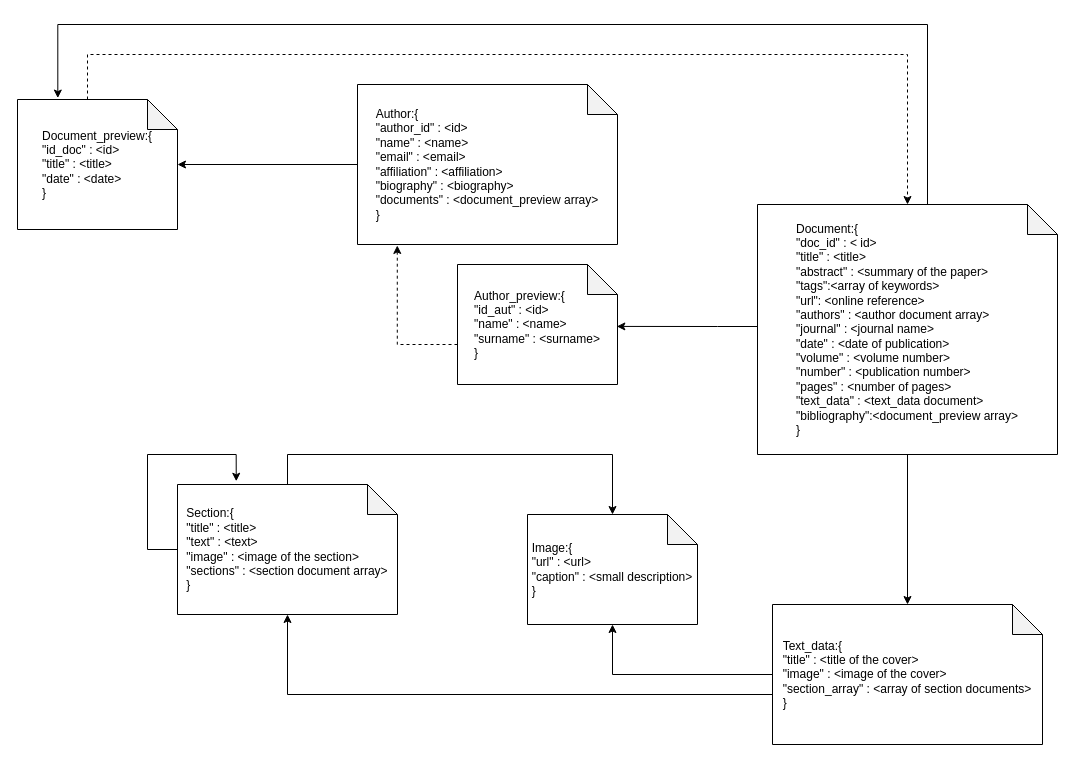
Before: MongoDB/Schematic/Schematic.drawio in MarcoLucaPrevitera/BigData-Project, a draw.io diagram. Source tidied: cells renumbered, new cells numbered last; positions are measured from the earlier drawing's top-left corner, leaving out a move shared by most shapes. Both pictures are drawn from the tidied source at 100%, with x=0, y=0 at pixel (17, 24).
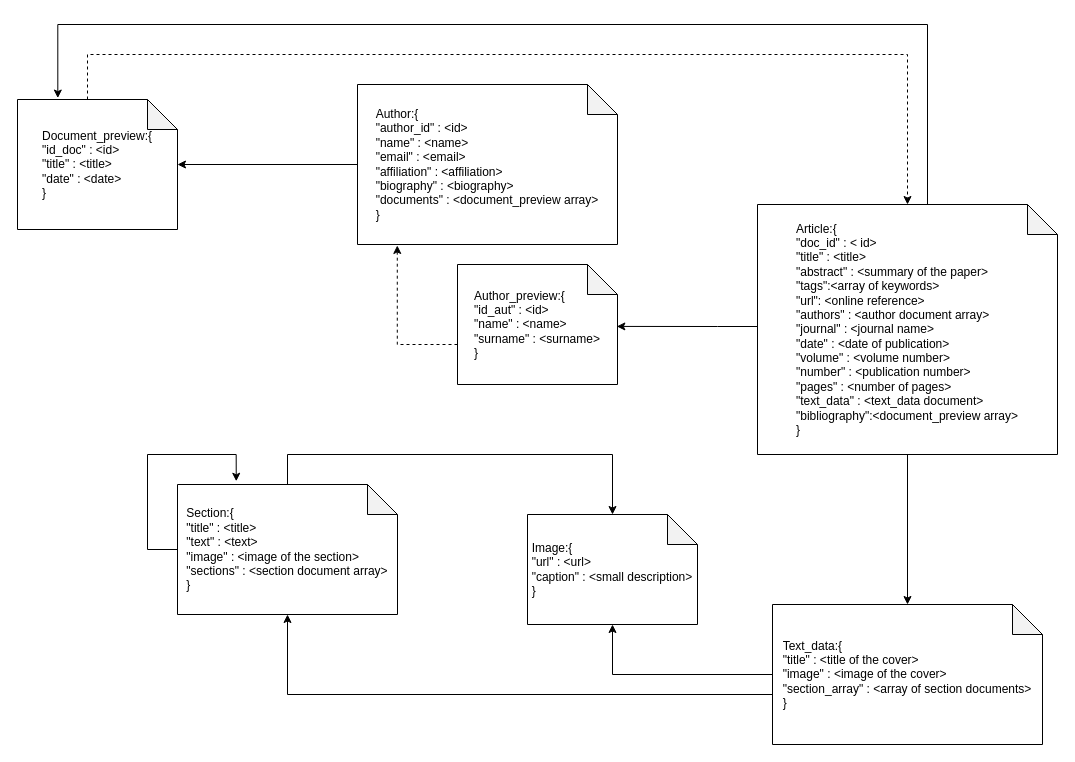
After the change.

What changed in the source:
```diff
@@
-    <mxCell id="5" value="&lt;div style=&quot;text-align: left;&quot;&gt;&lt;span style=&quot;background-color: initial;&quot;&gt;Document:{&lt;/span&gt;&lt;/div&gt;&lt;div style=&quot;text-align: left;&quot;&gt;&quot;doc_id&quot; : &amp;lt; id&amp;gt;&lt;/div&gt;&lt;div style=&quot;text-align: left;&quot;&gt;&quot;title&quot; : &amp;lt;title&amp;gt;&lt;/div&gt;&lt;div style=&quot;text-align: left;&quot;&gt;&quot;abstract&quot; : &amp;lt;summary of the paper&amp;gt;&lt;/div&gt;&lt;div style=&quot;text-align: left;&quot;&gt;&quot;tags&quot;:&amp;lt;array of keywords&amp;gt;&lt;/div&gt;&lt;div style=&quot;text-align: left;&quot;&gt;&quot;url&quot;: &amp;lt;online reference&amp;gt;&lt;br&gt;&lt;/div&gt;&lt;div style=&quot;text-align: left;&quot;&gt;&quot;authors&quot; : &amp;lt;author document array&amp;gt;&lt;/div&gt;&lt;div style=&quot;text-align: left;&quot;&gt;&quot;journal&quot; : &amp;lt;journal name&amp;gt;&lt;/div&gt;&lt;div style=&quot;text-align: left;&quot;&gt;&quot;date&quot; : &amp;lt;date of publication&amp;gt;&lt;/div&gt;&lt;div style=&quot;text-align: left;&quot;&gt;&lt;div style=&quot;text-align: left;&quot;&gt;&quot;volume&quot; : &amp;lt;volume number&amp;gt;&lt;/div&gt;&lt;div style=&quot;text-align: left;&quot;&gt;&quot;number&quot; : &amp;lt;publication number&amp;gt;&lt;/div&gt;&lt;div style=&quot;text-align: left;&quot;&gt;&quot;pages&quot; : &amp;lt;number of pages&amp;gt;&lt;/div&gt;&lt;/div&gt;&lt;div style=&quot;text-align: left;&quot;&gt;&quot;text_data&quot; : &amp;lt;text_data document&amp;gt;&lt;/div&gt;&lt;div style=&quot;text-align: left;&quot;&gt;&quot;bibliography&quot;:&amp;lt;document_preview array&amp;gt;&lt;/div&gt;&lt;div style=&quot;text-align: left;&quot;&gt;&lt;span style=&quot;background-color: initial;&quot;&gt;}&lt;/span&gt;&lt;/div&gt;" style="shape=note;whiteSpace=wrap;html=1;backgroundOutline=1;darkOpacity=0.05;" parent="1" vertex="1">
+    <mxCell id="5" value="&lt;div style=&quot;text-align: left;&quot;&gt;&lt;span style=&quot;background-color: initial;&quot;&gt;Article:{&lt;/span&gt;&lt;/div&gt;&lt;div style=&quot;text-align: left;&quot;&gt;&quot;doc_id&quot; : &amp;lt; id&amp;gt;&lt;/div&gt;&lt;div style=&quot;text-align: left;&quot;&gt;&quot;title&quot; : &amp;lt;title&amp;gt;&lt;/div&gt;&lt;div style=&quot;text-align: left;&quot;&gt;&quot;abstract&quot; : &amp;lt;summary of the paper&amp;gt;&lt;/div&gt;&lt;div style=&quot;text-align: left;&quot;&gt;&quot;tags&quot;:&amp;lt;array of keywords&amp;gt;&lt;/div&gt;&lt;div style=&quot;text-align: left;&quot;&gt;&quot;url&quot;: &amp;lt;online reference&amp;gt;&lt;br&gt;&lt;/div&gt;&lt;div style=&quot;text-align: left;&quot;&gt;&quot;authors&quot; : &amp;lt;author document array&amp;gt;&lt;/div&gt;&lt;div style=&quot;text-align: left;&quot;&gt;&quot;journal&quot; : &amp;lt;journal name&amp;gt;&lt;/div&gt;&lt;div style=&quot;text-align: left;&quot;&gt;&quot;date&quot; : &amp;lt;date of publication&amp;gt;&lt;/div&gt;&lt;div style=&quot;text-align: left;&quot;&gt;&lt;div style=&quot;text-align: left;&quot;&gt;&quot;volume&quot; : &amp;lt;volume number&amp;gt;&lt;/div&gt;&lt;div style=&quot;text-align: left;&quot;&gt;&quot;number&quot; : &amp;lt;publication number&amp;gt;&lt;/div&gt;&lt;div style=&quot;text-align: left;&quot;&gt;&quot;pages&quot; : &amp;lt;number of pages&amp;gt;&lt;/div&gt;&lt;/div&gt;&lt;div style=&quot;text-align: left;&quot;&gt;&quot;text_data&quot; : &amp;lt;text_data document&amp;gt;&lt;/div&gt;&lt;div style=&quot;text-align: left;&quot;&gt;&quot;bibliography&quot;:&amp;lt;document_preview array&amp;gt;&lt;/div&gt;&lt;div style=&quot;text-align: left;&quot;&gt;&lt;span style=&quot;background-color: initial;&quot;&gt;}&lt;/span&gt;&lt;/div&gt;" style="shape=note;whiteSpace=wrap;html=1;backgroundOutline=1;darkOpacity=0.05;" parent="1" vertex="1">
       <mxGeometry x="740" y="180" width="300" height="250" as="geometry" />
     </mxCell>
```
